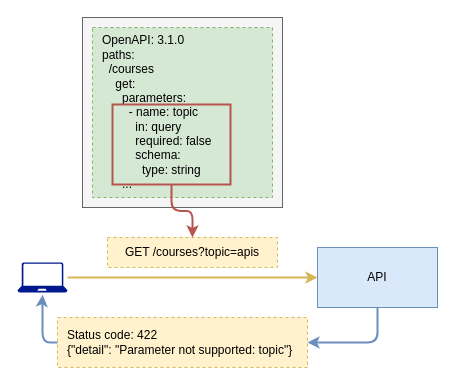
abunuwas/api-sec-book-imgs keeps this draw.io diagram as page "12.5" (5 of 6) of ch12.drawio. Above is the earlier version. Source tidied: cells renumbered, new cells numbered last; positions are measured from the earlier drawing's top-left corner, leaving out a move shared by most shapes. Both pictures are drawn from the tidied source at 100%, with x=0, y=0 at pixel (17, 17).
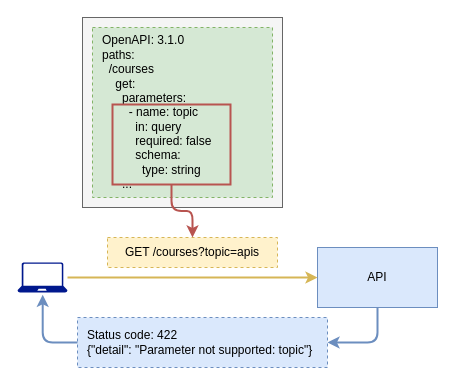
The same diagram, later.

The edit, as a diff of the source:
```diff
@@
 <mxGraphModel>
   <root>
     <mxCell id="0" />
     <mxCell id="1" parent="0" />
     <mxCell id="2" style="edgeStyle=orthogonalEdgeStyle;rounded=1;jettySize=auto;html=1;entryX=1;entryY=0.5;entryDx=0;entryDy=0;fillColor=#dae8fc;strokeColor=#6c8ebf;curved=0;strokeWidth=2;" parent="1" edge="1" source="3" target="11">
       <mxGeometry relative="1" as="geometry">
         <Array as="points">
           <mxPoint x="360" y="325" />
         </Array>
       </mxGeometry>
     </mxCell>
     <mxCell id="3" value="API" style="rounded=0;whiteSpace=wrap;html=1;fillColor=#dae8fc;strokeColor=#6c8ebf;" parent="1" vertex="1">
       <mxGeometry x="300" y="230" width="120" height="60" as="geometry" />
     </mxCell>
     <mxCell id="4" style="edgeStyle=orthogonalEdgeStyle;rounded=1;jettySize=auto;html=1;fillColor=#fff2cc;strokeColor=#d6b656;strokeWidth=2;curved=0;" parent="1" edge="1" source="5" target="3">
       <mxGeometry relative="1" as="geometry" />
     </mxCell>
     <mxCell id="5" style="sketch=0;shadow=0;dashed=0;html=1;strokeColor=none;labelPosition=center;verticalLabelPosition=bottom;verticalAlign=top;align=center;fillColor=#00188D;shape=mxgraph.azure.laptop;" parent="1" vertex="1">
       <mxGeometry y="245" width="50" height="30" as="geometry" />
     </mxCell>
     <mxCell id="6" value="GET /courses?topic=apis" style="text;html=1;align=center;verticalAlign=middle;whiteSpace=wrap;rounded=0;fillColor=#fff2cc;strokeColor=#d6b656;dashed=1;" parent="1" vertex="1">
       <mxGeometry x="90" y="220" width="170" height="30" as="geometry" />
     </mxCell>
     <mxCell id="7" style="rounded=0;whiteSpace=wrap;html=1;fillColor=#f5f5f5;fontColor=#333333;strokeColor=#666666;" parent="1" vertex="1">
       <mxGeometry x="65" width="200" height="190" as="geometry" />
     </mxCell>
     <mxCell id="8" value="OpenAPI: 3.1.0&lt;div&gt;paths:&lt;/div&gt;&lt;div&gt;&amp;nbsp; /courses&lt;/div&gt;&lt;div&gt;&amp;nbsp; &amp;nbsp; get:&lt;/div&gt;&lt;div&gt;&amp;nbsp; &amp;nbsp; &amp;nbsp; parameters:&lt;/div&gt;&lt;div&gt;&amp;nbsp; &amp;nbsp; &amp;nbsp; &amp;nbsp; - name: topic&lt;/div&gt;&lt;div&gt;&amp;nbsp; &amp;nbsp; &amp;nbsp; &amp;nbsp; &amp;nbsp; in: query&lt;/div&gt;&lt;div&gt;&amp;nbsp; &amp;nbsp; &amp;nbsp; &amp;nbsp; &amp;nbsp; required: false&lt;/div&gt;&lt;div&gt;&amp;nbsp; &amp;nbsp; &amp;nbsp; &amp;nbsp; &amp;nbsp; schema:&lt;/div&gt;&lt;div&gt;&amp;nbsp; &amp;nbsp; &amp;nbsp; &amp;nbsp; &amp;nbsp; &amp;nbsp; type: string&lt;/div&gt;&lt;div&gt;&amp;nbsp; &amp;nbsp; &amp;nbsp; ...&lt;/div&gt;" style="text;html=1;align=left;verticalAlign=middle;whiteSpace=wrap;rounded=0;strokeColor=#82b366;dashed=1;spacing=10;fillColor=#d5e8d4;" parent="1" vertex="1">
       <mxGeometry x="75" y="10" width="180" height="170" as="geometry" />
     </mxCell>
     <mxCell id="9" style="edgeStyle=orthogonalEdgeStyle;rounded=1;jettySize=auto;html=1;entryX=0.5;entryY=0;entryDx=0;entryDy=0;fillColor=#f8cecc;strokeColor=#b85450;strokeWidth=2;curved=0;" parent="1" edge="1" source="10" target="6">
       <mxGeometry relative="1" as="geometry" />
     </mxCell>
     <mxCell id="10" style="text;html=1;align=center;verticalAlign=middle;whiteSpace=wrap;rounded=0;strokeColor=#b85450;fillColor=none;strokeWidth=2;" parent="1" vertex="1">
       <mxGeometry x="95" y="87" width="118" height="80" as="geometry" />
     </mxCell>
-    <mxCell id="11" value="Status code: 422&lt;div&gt;{&quot;detail&quot;: &quot;Parameter not supported: topic&quot;}&lt;/div&gt;" style="text;html=1;align=left;verticalAlign=middle;whiteSpace=wrap;rounded=0;fillColor=#fff2cc;strokeColor=#d6b656;dashed=1;spacing=10;" parent="1" vertex="1">
-      <mxGeometry x="40" y="300" width="250" height="50" as="geometry" />
+    <mxCell id="11" value="Status code: 422&lt;div&gt;{&quot;detail&quot;: &quot;Parameter not supported: topic&quot;}&lt;/div&gt;" style="text;html=1;align=left;verticalAlign=middle;whiteSpace=wrap;rounded=0;fillColor=#dae8fc;strokeColor=#6c8ebf;dashed=1;spacing=10;" parent="1" vertex="1">
+      <mxGeometry x="60" y="300" width="250" height="50" as="geometry" />
     </mxCell>
     <mxCell id="12" style="edgeStyle=orthogonalEdgeStyle;rounded=1;jettySize=auto;html=1;entryX=0.505;entryY=1.077;entryDx=0;entryDy=0;entryPerimeter=0;exitX=0;exitY=0.5;exitDx=0;exitDy=0;fillColor=#dae8fc;strokeColor=#6c8ebf;curved=0;strokeWidth=2;" parent="1" edge="1" source="11">
       <mxGeometry relative="1" as="geometry">
         <mxPoint x="25.2" y="277.3" as="targetPoint" />
         <Array as="points">
           <mxPoint x="25" y="325" />
-          <mxPoint x="25" y="280" />
-          <mxPoint x="25" y="280" />
         </Array>
       </mxGeometry>
     </mxCell>
   </root>
 </mxGraphModel>
```
